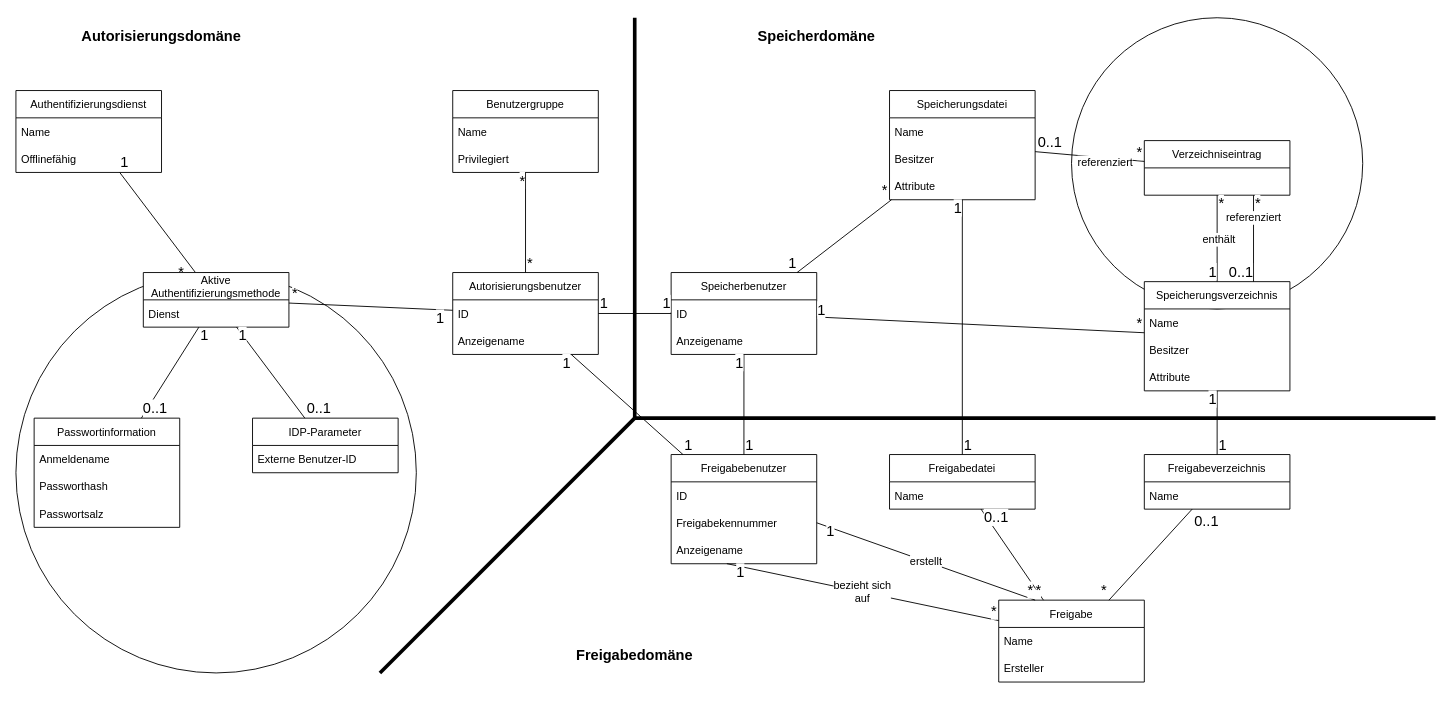
DavidFambach/Abgabe-ASE-Patientenakte keeps this draw.io diagram as Dokumente/Domänenübersicht/Domänenübersichtsdiagramm.drawio. Above is the earlier version. Source tidied: cells renumbered, new cells numbered last; positions are measured from the earlier drawing's top-left corner, leaving out a move shared by most shapes. Both pictures are drawn from the tidied source at 91%, with x=0, y=0 at pixel (15, 17).
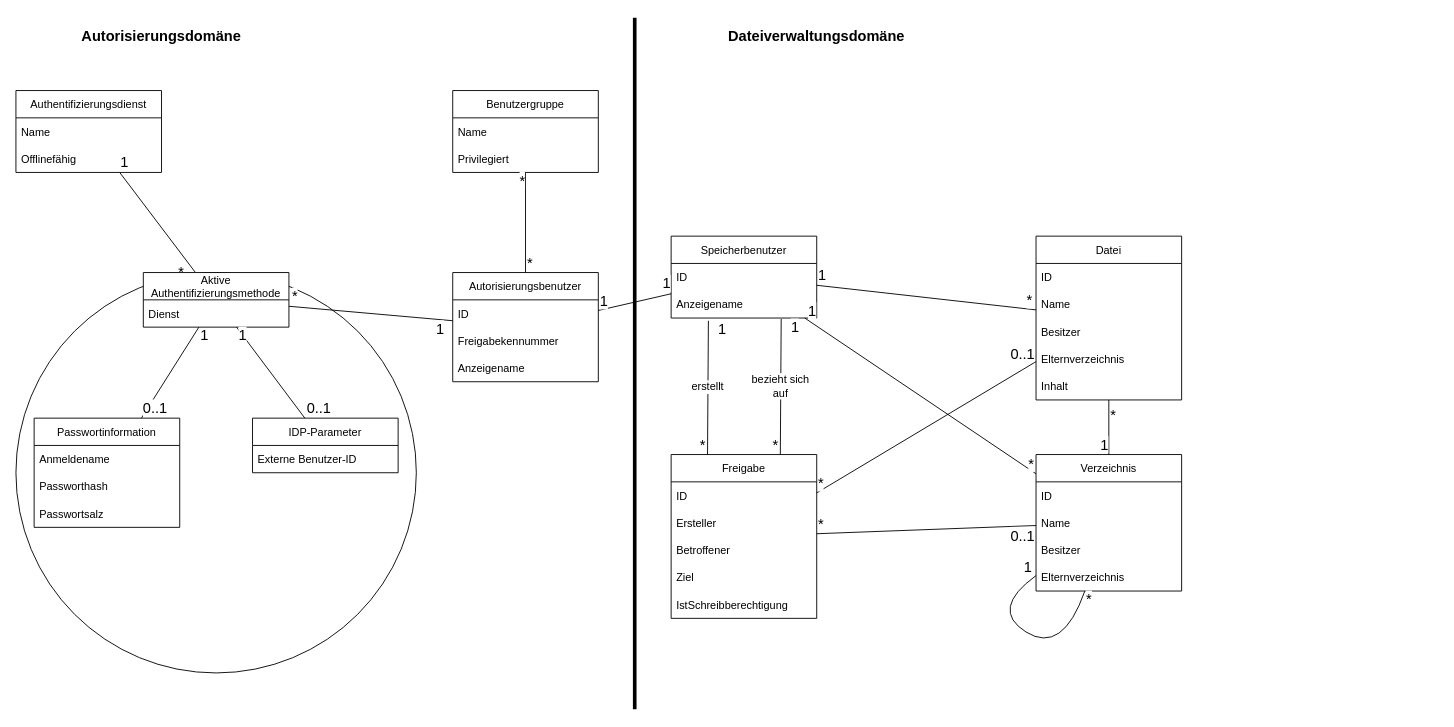
The same diagram, later.

Commit message (it also covers changes not shown here):
Updated domain overview to match database structure

~ Changed domain overview to match the database diagram for "Dateiverwaltungsdienst"
~ Merged "Speicherdomäne" and "Freigabedomäne" to "Dateiverwaltungsdomäne"

Unchanged cells that the change refers to:
```xml
<mxCell id="21" value="Anzeigename" style="text;strokeColor=none;fillColor=none;align=left;verticalAlign=middle;spacingLeft=4;spacingRight=4;overflow=hidden;points=[[0,0.5],[1,0.5]];portConstraint=eastwest;" parent="19" vertex="1">
  <mxGeometry y="60" width="160" height="30" as="geometry" />
</mxCell>
<mxCell id="79" style="endArrow=none;html=1;rounded=0;strokeWidth=1;fontSize=16;endFill=0;" parent="1" edge="1" source="72" target="19">
  <mxGeometry relative="1" as="geometry" />
</mxCell>
```

Diff of the diagram source:
```diff
@@
-    <mxCell id="2" style="group;" parent="1" vertex="1">
-      <mxGeometry x="1160" width="320" height="410" as="geometry" />
-    </mxCell>
-    <mxCell id="3" style="ellipse;whiteSpace=wrap;html=1;fontSize=16;" parent="2" vertex="1">
-      <mxGeometry width="320" height="320" as="geometry" />
-    </mxCell>
-    <mxCell id="4" value="Speicherungsverzeichnis" style="swimlane;fontStyle=0;horizontal=1;startSize=30;" parent="2" vertex="1">
-      <mxGeometry x="80" y="290" width="160" height="120" as="geometry" />
-    </mxCell>
-    <mxCell id="5" value="Name" style="text;strokeColor=none;fillColor=none;align=left;verticalAlign=middle;spacingLeft=4;spacingRight=4;overflow=hidden;" parent="4" vertex="1">
-      <mxGeometry y="30" width="160" height="30" as="geometry" />
-    </mxCell>
-    <mxCell id="6" value="Besitzer" style="text;strokeColor=none;fillColor=none;align=left;verticalAlign=middle;spacingLeft=4;spacingRight=4;overflow=hidden;" parent="4" vertex="1">
-      <mxGeometry y="60" width="160" height="30" as="geometry" />
-    </mxCell>
-    <mxCell id="7" value="Attribute" style="text;strokeColor=none;fillColor=none;align=left;verticalAlign=middle;spacingLeft=4;spacingRight=4;overflow=hidden;" parent="4" vertex="1">
-      <mxGeometry y="90" width="160" height="30" as="geometry" />
-    </mxCell>
-    <mxCell id="8" value="Verzeichniseintrag" style="swimlane;fontStyle=0;horizontal=1;startSize=30;" parent="2" vertex="1">
-      <mxGeometry x="80" y="135" width="160" height="60" as="geometry" />
-    </mxCell>
-    <mxCell id="9" style="endArrow=none;html=1;rounded=0;strokeWidth=1;fontSize=16;endFill=0;" parent="2" edge="1" source="8" target="4">
-      <mxGeometry relative="1" as="geometry" />
-    </mxCell>
-    <mxCell id="10" value="*" style="edgeLabel;html=1;align=left;verticalAlign=bottom;fontSize=16;" parent="9" vertex="1">
-      <mxGeometry x="-1" relative="1" as="geometry">
-        <mxPoint y="20" as="offset" />
-      </mxGeometry>
-    </mxCell>
-    <mxCell id="11" value="1" style="edgeLabel;html=1;align=right;verticalAlign=bottom;fontSize=16;" parent="9" vertex="1">
-      <mxGeometry x="1" relative="1" as="geometry" />
-    </mxCell>
-    <mxCell id="12" value="enthält" style="edgeLabel;html=1;align=center;verticalAlign=middle;fontSize=12;" parent="9" vertex="1">
-      <mxGeometry x="0.02" y="1" relative="1" as="geometry" />
-    </mxCell>
-    <mxCell id="13" value="referenziert" style="endArrow=none;html=1;rounded=0;strokeWidth=1;fontSize=12;endFill=0;entryX=0.75;entryY=0;entryDx=0;entryDy=0;exitX=0.75;exitY=1;exitDx=0;exitDy=0;" parent="2" edge="1" source="8" target="4">
-      <mxGeometry x="-0.47" relative="1" as="geometry" />
-    </mxCell>
-    <mxCell id="14" value="*" style="edgeLabel;html=1;align=left;verticalAlign=bottom;fontSize=16;" parent="13" vertex="1">
-      <mxGeometry x="-1" relative="1" as="geometry">
-        <mxPoint y="20" as="offset" />
-      </mxGeometry>
-    </mxCell>
-    <mxCell id="15" value="0..1" style="edgeLabel;html=1;align=right;verticalAlign=bottom;fontSize=16;" parent="13" vertex="1">
-      <mxGeometry x="1" relative="1" as="geometry" />
-    </mxCell>
     <mxCell id="16" value="Autorisierungsbenutzer" style="swimlane;fontStyle=0;horizontal=1;startSize=30;" parent="1" vertex="1">
-      <mxGeometry x="480" y="280" width="160" height="90" as="geometry" />
+      <mxGeometry x="480" y="280" width="160" height="120" as="geometry" />
     </mxCell>
@@
+    <mxCell id="24" value="Freigabekennummer" style="text;strokeColor=none;fillColor=none;align=left;verticalAlign=middle;spacingLeft=4;spacingRight=4;overflow=hidden;points=[[0,0.5],[1,0.5]];portConstraint=eastwest;" parent="16" vertex="1">
+      <mxGeometry y="60" width="160" height="30" as="geometry" />
+    </mxCell>
     <mxCell id="18" value="Anzeigename" style="text;strokeColor=none;fillColor=none;align=left;verticalAlign=middle;spacingLeft=4;spacingRight=4;overflow=hidden;" parent="16" vertex="1">
-      <mxGeometry y="60" width="160" height="30" as="geometry" />
+      <mxGeometry y="90" width="160" height="30" as="geometry" />
     </mxCell>
     <mxCell id="19" value="Speicherbenutzer" style="swimlane;fontStyle=0;horizontal=1;startSize=30;" parent="1" vertex="1">
-      <mxGeometry x="720" y="280" width="160" height="90" as="geometry" />
+      <mxGeometry x="720" y="240" width="160" height="90" as="geometry" />
     </mxCell>
@@
-    <mxCell id="22" value="Freigabebenutzer" style="swimlane;fontStyle=0;horizontal=1;startSize=30;" parent="1" vertex="1">
-      <mxGeometry x="720" y="480" width="160" height="120" as="geometry" />
-    </mxCell>
-    <mxCell id="23" value="ID" style="text;strokeColor=none;fillColor=none;align=left;verticalAlign=middle;spacingLeft=4;spacingRight=4;overflow=hidden;" parent="22" vertex="1">
-      <mxGeometry y="30" width="160" height="30" as="geometry" />
-    </mxCell>
-    <mxCell id="24" value="Freigabekennummer" style="text;strokeColor=none;fillColor=none;align=left;verticalAlign=middle;spacingLeft=4;spacingRight=4;overflow=hidden;points=[[0,0.5],[1,0.5]];portConstraint=eastwest;" parent="22" vertex="1">
-      <mxGeometry y="60" width="160" height="30" as="geometry" />
-    </mxCell>
-    <mxCell id="25" value="Anzeigename" style="text;strokeColor=none;fillColor=none;align=left;verticalAlign=middle;spacingLeft=4;spacingRight=4;overflow=hidden;points=[[0,0.5],[1,0.5]];portConstraint=eastwest;" parent="22" vertex="1">
-      <mxGeometry y="90" width="160" height="30" as="geometry" />
-    </mxCell>
-    <mxCell id="26" style="endArrow=none;html=1;rounded=0;strokeWidth=4;" parent="1" edge="1">
-      <mxGeometry relative="1" as="geometry">
-        <mxPoint x="680" y="440" as="sourcePoint" />
-        <mxPoint x="1560" y="440" as="targetPoint" />
-      </mxGeometry>
-    </mxCell>
-    <mxCell id="27" style="endArrow=none;html=1;rounded=0;strokeWidth=4;" parent="1" edge="1">
-      <mxGeometry relative="1" as="geometry">
-        <mxPoint x="400" y="720" as="sourcePoint" />
-        <mxPoint x="680" y="440" as="targetPoint" />
-      </mxGeometry>
-    </mxCell>
     <mxCell id="28" style="endArrow=none;html=1;rounded=0;strokeWidth=4;" parent="1" edge="1">
       <mxGeometry relative="1" as="geometry">
-        <mxPoint x="680" y="440" as="sourcePoint" />
+        <mxPoint x="680" y="760" as="sourcePoint" />
         <mxPoint x="680" as="targetPoint" />
       </mxGeometry>
     </mxCell>
-    <mxCell id="29" value="Speicherdomäne" style="text;html=1;strokeColor=none;fillColor=none;align=center;verticalAlign=middle;whiteSpace=wrap;rounded=0;fontStyle=1;fontSize=16;" parent="1" vertex="1">
+    <mxCell id="29" value="Dateiverwaltungsdomäne" style="text;html=1;strokeColor=none;fillColor=none;align=center;verticalAlign=middle;whiteSpace=wrap;rounded=0;fontStyle=1;fontSize=16;" parent="1" vertex="1">
       <mxGeometry x="720" width="320" height="40" as="geometry" />
     </mxCell>
@@
-    <mxCell id="31" value="Freigabedomäne" style="text;html=1;strokeColor=none;fillColor=none;align=center;verticalAlign=middle;whiteSpace=wrap;rounded=0;fontStyle=1;fontSize=16;" parent="1" vertex="1">
-      <mxGeometry x="520" y="680" width="320" height="40" as="geometry" />
-    </mxCell>
@@
-    <mxCell id="35" style="endArrow=none;html=1;rounded=0;strokeWidth=1;fontSize=16;endFill=0;" parent="1" edge="1" source="22" target="19">
-      <mxGeometry relative="1" as="geometry" />
-    </mxCell>
-    <mxCell id="36" value="1" style="edgeLabel;html=1;align=left;verticalAlign=bottom;fontSize=16;" parent="35" vertex="1">
-      <mxGeometry x="-1" relative="1" as="geometry" />
-    </mxCell>
-    <mxCell id="37" value="1" style="edgeLabel;html=1;align=right;verticalAlign=bottom;fontSize=16;" parent="35" vertex="1">
-      <mxGeometry x="1" relative="1" as="geometry">
-        <mxPoint y="20" as="offset" />
-      </mxGeometry>
-    </mxCell>
-    <mxCell id="38" style="endArrow=none;html=1;rounded=0;strokeWidth=1;fontSize=16;endFill=0;" parent="1" edge="1" source="22" target="16">
-      <mxGeometry relative="1" as="geometry" />
-    </mxCell>
-    <mxCell id="39" value="1" style="edgeLabel;html=1;align=left;verticalAlign=bottom;fontSize=16;" parent="38" vertex="1">
-      <mxGeometry x="-1" relative="1" as="geometry" />
-    </mxCell>
-    <mxCell id="40" value="1" style="edgeLabel;html=1;align=right;verticalAlign=bottom;fontSize=16;" parent="38" vertex="1">
-      <mxGeometry x="1" relative="1" as="geometry">
-        <mxPoint y="20" as="offset" />
-      </mxGeometry>
-    </mxCell>
@@
-    <mxCell id="72" value="Speicherungsdatei" style="swimlane;fontStyle=0;horizontal=1;startSize=30;" parent="1" vertex="1">
-      <mxGeometry x="960" y="80" width="160" height="120" as="geometry" />
+    <mxCell id="72" value="Datei" style="swimlane;fontStyle=0;horizontal=1;startSize=30;" parent="1" vertex="1">
+      <mxGeometry x="1121" y="240" width="160" height="180" as="geometry" />
     </mxCell>
+    <mxCell id="111" value="ID" style="text;strokeColor=none;fillColor=none;align=left;verticalAlign=middle;spacingLeft=4;spacingRight=4;overflow=hidden;" parent="72" vertex="1">
+      <mxGeometry y="30" width="160" height="30" as="geometry" />
+    </mxCell>
     <mxCell id="73" value="Name" style="text;strokeColor=none;fillColor=none;align=left;verticalAlign=middle;spacingLeft=4;spacingRight=4;overflow=hidden;" parent="72" vertex="1">
-      <mxGeometry y="30" width="160" height="30" as="geometry" />
+      <mxGeometry y="60" width="160" height="30" as="geometry" />
     </mxCell>
     <mxCell id="74" value="Besitzer" style="text;strokeColor=none;fillColor=none;align=left;verticalAlign=middle;spacingLeft=4;spacingRight=4;overflow=hidden;" parent="72" vertex="1">
-      <mxGeometry y="60" width="160" height="30" as="geometry" />
+      <mxGeometry y="90" width="160" height="30" as="geometry" />
     </mxCell>
-    <mxCell id="75" value="Attribute" style="text;strokeColor=none;fillColor=none;align=left;verticalAlign=middle;spacingLeft=4;spacingRight=4;overflow=hidden;" parent="72" vertex="1">
-      <mxGeometry y="90" width="160" height="30" as="geometry" />
+    <mxCell id="75" value="Elternverzeichnis" style="text;strokeColor=none;fillColor=none;align=left;verticalAlign=middle;spacingLeft=4;spacingRight=4;overflow=hidden;" parent="72" vertex="1">
+      <mxGeometry y="120" width="160" height="30" as="geometry" />
     </mxCell>
+    <mxCell id="112" value="Inhalt" style="text;strokeColor=none;fillColor=none;align=left;verticalAlign=middle;spacingLeft=4;spacingRight=4;overflow=hidden;" parent="72" vertex="1">
+      <mxGeometry y="150" width="160" height="30" as="geometry" />
+    </mxCell>
-    <mxCell id="76" style="endArrow=none;html=1;rounded=0;strokeWidth=1;fontSize=16;endFill=0;" parent="1" edge="1" source="4" target="19">
+    <mxCell id="76" style="endArrow=none;html=1;rounded=0;strokeWidth=1;fontSize=16;endFill=0;" parent="1" edge="1" source="116" target="19">
       <mxGeometry relative="1" as="geometry" />
     </mxCell>
@@
-    <mxCell id="78" value="1" style="edgeLabel;html=1;align=right;verticalAlign=bottom;fontSize=16;" parent="76" vertex="1">
+    <mxCell id="78" value="1" style="edgeLabel;html=1;align=left;verticalAlign=bottom;fontSize=16;" parent="76" vertex="1">
       <mxGeometry x="1" relative="1" as="geometry">
-        <mxPoint x="10" y="3" as="offset" />
+        <mxPoint x="2" y="3" as="offset" />
       </mxGeometry>
     </mxCell>
@@
-    <mxCell id="81" value="1" style="edgeLabel;html=1;align=right;verticalAlign=bottom;fontSize=16;" parent="79" vertex="1">
+    <mxCell id="81" value="1" style="edgeLabel;html=1;align=left;verticalAlign=bottom;fontSize=16;" parent="79" vertex="1">
       <mxGeometry x="1" relative="1" as="geometry" />
     </mxCell>
-    <mxCell id="82" style="endArrow=none;html=1;rounded=0;strokeWidth=1;fontSize=16;endFill=0;" parent="1" edge="1" source="8" target="72">
-      <mxGeometry relative="1" as="geometry" />
-    </mxCell>
-    <mxCell id="83" value="*" style="edgeLabel;html=1;align=left;verticalAlign=bottom;fontSize=16;" parent="82" vertex="1">
-      <mxGeometry x="-1" relative="1" as="geometry">
-        <mxPoint x="-10" as="offset" />
-      </mxGeometry>
-    </mxCell>
-    <mxCell id="84" value="0..1" style="edgeLabel;html=1;align=right;verticalAlign=bottom;fontSize=16;" parent="82" vertex="1">
-      <mxGeometry x="1" relative="1" as="geometry">
-        <mxPoint x="30" as="offset" />
-      </mxGeometry>
-    </mxCell>
-    <mxCell id="85" value="referenziert" style="edgeLabel;html=1;align=center;verticalAlign=middle;fontSize=12;" parent="82" vertex="1">
-      <mxGeometry x="-0.29" y="4" relative="1" as="geometry" />
-    </mxCell>
-    <mxCell id="86" value="Freigabedatei" style="swimlane;fontStyle=0;horizontal=1;startSize=30;" parent="1" vertex="1">
-      <mxGeometry x="960" y="480" width="160" height="60" as="geometry" />
-    </mxCell>
-    <mxCell id="87" value="Name" style="text;strokeColor=none;fillColor=none;align=left;verticalAlign=middle;spacingLeft=4;spacingRight=4;overflow=hidden;" parent="86" vertex="1">
-      <mxGeometry y="30" width="160" height="30" as="geometry" />
-    </mxCell>
-    <mxCell id="88" value="Freigabeverzeichnis" style="swimlane;fontStyle=0;horizontal=1;startSize=30;" parent="1" vertex="1">
-      <mxGeometry x="1240" y="480" width="160" height="60" as="geometry" />
-    </mxCell>
-    <mxCell id="89" value="Name" style="text;strokeColor=none;fillColor=none;align=left;verticalAlign=middle;spacingLeft=4;spacingRight=4;overflow=hidden;" parent="88" vertex="1">
-      <mxGeometry y="30" width="160" height="30" as="geometry" />
-    </mxCell>
-    <mxCell id="90" style="endArrow=none;html=1;rounded=0;strokeWidth=1;fontSize=16;endFill=0;" parent="1" edge="1" source="86" target="72">
-      <mxGeometry relative="1" as="geometry" />
-    </mxCell>
-    <mxCell id="91" value="1" style="edgeLabel;html=1;align=left;verticalAlign=bottom;fontSize=16;" parent="90" vertex="1">
-      <mxGeometry x="-1" relative="1" as="geometry" />
-    </mxCell>
-    <mxCell id="92" value="1" style="edgeLabel;html=1;align=right;verticalAlign=bottom;fontSize=16;" parent="90" vertex="1">
-      <mxGeometry x="1" relative="1" as="geometry">
-        <mxPoint y="20" as="offset" />
-      </mxGeometry>
-    </mxCell>
-    <mxCell id="93" style="endArrow=none;html=1;rounded=0;strokeWidth=1;fontSize=16;endFill=0;" parent="1" edge="1" source="88" target="4">
-      <mxGeometry relative="1" as="geometry" />
-    </mxCell>
-    <mxCell id="94" value="1" style="edgeLabel;html=1;align=left;verticalAlign=bottom;fontSize=16;" parent="93" vertex="1">
-      <mxGeometry x="-1" relative="1" as="geometry" />
-    </mxCell>
-    <mxCell id="95" value="1" style="edgeLabel;html=1;align=right;verticalAlign=bottom;fontSize=16;" parent="93" vertex="1">
-      <mxGeometry x="1" relative="1" as="geometry">
-        <mxPoint y="20" as="offset" />
-      </mxGeometry>
-    </mxCell>
     <mxCell id="96" value="Freigabe" style="swimlane;fontStyle=0;horizontal=1;startSize=30;" parent="1" vertex="1">
-      <mxGeometry x="1080" y="640" width="160" height="90" as="geometry" />
+      <mxGeometry x="720" y="480" width="160" height="180" as="geometry" />
     </mxCell>
+    <mxCell id="113" value="ID" style="text;strokeColor=none;fillColor=none;align=left;verticalAlign=middle;spacingLeft=4;spacingRight=4;overflow=hidden;" parent="96" vertex="1">
+      <mxGeometry y="30" width="160" height="30" as="geometry" />
+    </mxCell>
-    <mxCell id="97" value="Name" style="text;strokeColor=none;fillColor=none;align=left;verticalAlign=middle;spacingLeft=4;spacingRight=4;overflow=hidden;" parent="96" vertex="1">
-      <mxGeometry y="30" width="160" height="30" as="geometry" />
+    <mxCell id="97" value="Ersteller" style="text;strokeColor=none;fillColor=none;align=left;verticalAlign=middle;spacingLeft=4;spacingRight=4;overflow=hidden;" parent="96" vertex="1">
+      <mxGeometry y="60" width="160" height="30" as="geometry" />
     </mxCell>
-    <mxCell id="98" value="Ersteller" style="text;strokeColor=none;fillColor=none;align=left;verticalAlign=middle;spacingLeft=4;spacingRight=4;overflow=hidden;" parent="96" vertex="1">
-      <mxGeometry y="60" width="160" height="30" as="geometry" />
+    <mxCell id="98" value="Betroffener" style="text;strokeColor=none;fillColor=none;align=left;verticalAlign=middle;spacingLeft=4;spacingRight=4;overflow=hidden;" parent="96" vertex="1">
+      <mxGeometry y="90" width="160" height="30" as="geometry" />
     </mxCell>
+    <mxCell id="114" value="Ziel" style="text;strokeColor=none;fillColor=none;align=left;verticalAlign=middle;spacingLeft=4;spacingRight=4;overflow=hidden;" parent="96" vertex="1">
+      <mxGeometry y="120" width="160" height="30" as="geometry" />
+    </mxCell>
+    <mxCell id="115" value="IstSchreibberechtigung" style="text;strokeColor=none;fillColor=none;align=left;verticalAlign=middle;spacingLeft=4;spacingRight=4;overflow=hidden;" parent="96" vertex="1">
+      <mxGeometry y="150" width="160" height="30" as="geometry" />
+    </mxCell>
-    <mxCell id="99" style="endArrow=none;html=1;rounded=0;strokeWidth=1;fontSize=16;endFill=0;" parent="1" edge="1" source="96" target="86">
+    <mxCell id="99" style="endArrow=none;html=1;rounded=0;strokeWidth=1;fontSize=16;endFill=0;" parent="1" edge="1" source="96" target="72">
       <mxGeometry relative="1" as="geometry" />
     </mxCell>
     <mxCell id="100" value="*" style="edgeLabel;html=1;align=left;verticalAlign=bottom;fontSize=16;" parent="99" vertex="1">
-      <mxGeometry x="-1" relative="1" as="geometry">
-        <mxPoint x="-10" as="offset" />
-      </mxGeometry>
+      <mxGeometry x="-1" relative="1" as="geometry" />
     </mxCell>
     <mxCell id="101" value="0..1" style="edgeLabel;html=1;align=right;verticalAlign=bottom;fontSize=16;" parent="99" vertex="1">
       <mxGeometry x="1" relative="1" as="geometry">
-        <mxPoint x="30" y="20" as="offset" />
+        <mxPoint x="-1" y="2" as="offset" />
       </mxGeometry>
     </mxCell>
-    <mxCell id="102" style="endArrow=none;html=1;rounded=0;strokeWidth=1;fontSize=16;endFill=0;" parent="1" edge="1" source="96" target="88">
+    <mxCell id="102" style="endArrow=none;html=1;rounded=0;strokeWidth=1;fontSize=16;endFill=0;" parent="1" edge="1" source="96" target="116">
       <mxGeometry relative="1" as="geometry" />
     </mxCell>
     <mxCell id="103" value="*" style="edgeLabel;html=1;align=left;verticalAlign=bottom;fontSize=16;" parent="102" vertex="1">
-      <mxGeometry x="-1" relative="1" as="geometry">
-        <mxPoint x="-10" as="offset" />
-      </mxGeometry>
+      <mxGeometry x="-1" relative="1" as="geometry" />
     </mxCell>
     <mxCell id="104" value="0..1" style="edgeLabel;html=1;align=right;verticalAlign=bottom;fontSize=16;" parent="102" vertex="1">
       <mxGeometry x="1" relative="1" as="geometry">
-        <mxPoint x="30" y="24" as="offset" />
+        <mxPoint x="-1" y="22" as="offset" />
       </mxGeometry>
     </mxCell>
-    <mxCell id="105" value="erstellt" style="endArrow=none;html=1;rounded=0;strokeWidth=1;fontSize=12;endFill=0;entryX=1;entryY=0.5;entryDx=0;entryDy=0;exitX=0.25;exitY=0;exitDx=0;exitDy=0;" parent="1" edge="1" source="96" target="24">
+    <mxCell id="105" value="erstellt" style="endArrow=none;html=1;rounded=0;strokeWidth=1;fontSize=12;endFill=0;entryX=0.256;entryY=1.1;entryDx=0;entryDy=0;entryPerimeter=0;exitX=0.25;exitY=0;exitDx=0;exitDy=0;" parent="1" edge="1" source="96" target="21">
       <mxGeometry relative="1" as="geometry" />
     </mxCell>
@@
-    <mxCell id="108" value="&lt;div style=&quot;font-size: 12px;&quot;&gt;bezieht sich&lt;/div&gt;&lt;div style=&quot;font-size: 12px;&quot;&gt;auf&lt;br style=&quot;font-size: 12px;&quot;&gt;&lt;/div&gt;" style="endArrow=none;html=1;rounded=0;strokeWidth=1;fontSize=12;endFill=0;entryX=0.383;entryY=0.997;entryDx=0;entryDy=0;entryPerimeter=0;exitX=0;exitY=0.25;exitDx=0;exitDy=0;" parent="1" edge="1" source="96" target="25">
+    <mxCell id="108" value="&lt;div style=&quot;font-size: 12px;&quot;&gt;bezieht sich&lt;/div&gt;&lt;div style=&quot;font-size: 12px;&quot;&gt;auf&lt;br style=&quot;font-size: 12px;&quot;&gt;&lt;/div&gt;" style="endArrow=none;html=1;rounded=0;strokeWidth=1;fontSize=12;endFill=0;exitX=0.75;exitY=0;exitDx=0;exitDy=0;entryX=0.756;entryY=1.033;entryDx=0;entryDy=0;entryPerimeter=0;" parent="1" edge="1" source="96" target="21">
       <mxGeometry relative="1" as="geometry" />
     </mxCell>
@@
+    <mxCell id="116" value="Verzeichnis" style="swimlane;fontStyle=0;horizontal=1;startSize=30;" parent="1" vertex="1">
+      <mxGeometry x="1121" y="480" width="160" height="150" as="geometry" />
+    </mxCell>
+    <mxCell id="117" value="ID" style="text;strokeColor=none;fillColor=none;align=left;verticalAlign=middle;spacingLeft=4;spacingRight=4;overflow=hidden;" parent="116" vertex="1">
+      <mxGeometry y="30" width="160" height="30" as="geometry" />
+    </mxCell>
+    <mxCell id="118" value="Name" style="text;strokeColor=none;fillColor=none;align=left;verticalAlign=middle;spacingLeft=4;spacingRight=4;overflow=hidden;" parent="116" vertex="1">
+      <mxGeometry y="60" width="160" height="30" as="geometry" />
+    </mxCell>
+    <mxCell id="6" value="Besitzer" style="text;strokeColor=none;fillColor=none;align=left;verticalAlign=middle;spacingLeft=4;spacingRight=4;overflow=hidden;" parent="116" vertex="1">
+      <mxGeometry y="90" width="160" height="30" as="geometry" />
+    </mxCell>
+    <mxCell id="119" value="Elternverzeichnis" style="text;strokeColor=none;fillColor=none;align=left;verticalAlign=middle;spacingLeft=4;spacingRight=4;overflow=hidden;" parent="116" vertex="1">
+      <mxGeometry y="120" width="160" height="30" as="geometry" />
+    </mxCell>
+    <mxCell id="120" style="endArrow=none;html=1;rounded=0;strokeWidth=1;fontSize=16;endFill=0;" parent="1" edge="1" source="72" target="116">
+      <mxGeometry relative="1" as="geometry" />
+    </mxCell>
+    <mxCell id="121" value="*" style="edgeLabel;html=1;align=left;verticalAlign=top;fontSize=16;" parent="120" vertex="1">
+      <mxGeometry x="-1" relative="1" as="geometry" />
+    </mxCell>
+    <mxCell id="122" value="1" style="edgeLabel;html=1;align=right;verticalAlign=bottom;fontSize=16;" parent="120" vertex="1">
+      <mxGeometry x="1" relative="1" as="geometry" />
+    </mxCell>
+    <mxCell id="123" style="curved=1;endArrow=none;html=1;rounded=0;endFill=0;" parent="1" edge="1" source="116" target="116">
+      <mxGeometry relative="1" as="geometry">
+        <Array as="points">
+          <mxPoint x="1150" y="700" />
+          <mxPoint x="1070" y="650" />
+        </Array>
+      </mxGeometry>
+    </mxCell>
+    <mxCell id="124" value="*" style="edgeLabel;html=1;align=center;verticalAlign=middle;fontSize=16;" parent="123" vertex="1">
+      <mxGeometry x="-0.9" relative="1" as="geometry">
+        <mxPoint x="8" y="-3" as="offset" />
+      </mxGeometry>
+    </mxCell>
+    <mxCell id="125" value="1" style="edgeLabel;html=1;align=center;verticalAlign=middle;fontSize=16;" parent="123" vertex="1">
+      <mxGeometry x="0.88" y="-2" relative="1" as="geometry">
+        <mxPoint y="-19" as="offset" />
+      </mxGeometry>
+    </mxCell>
```
